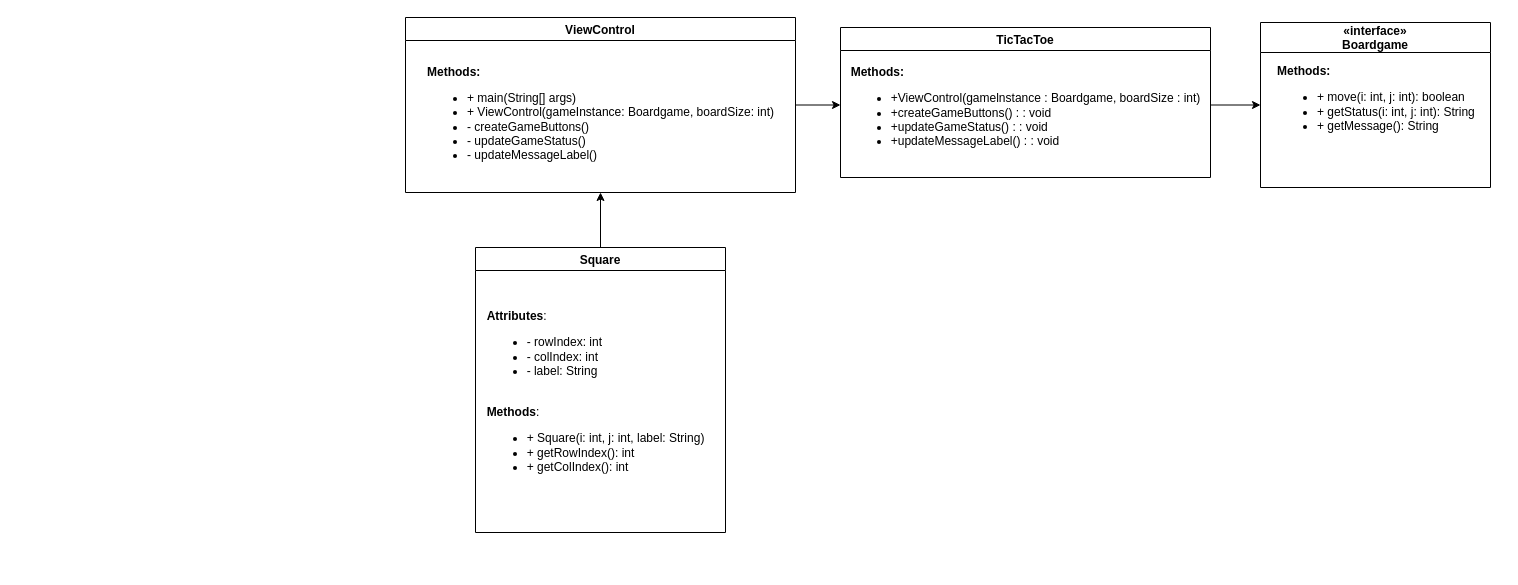
Above: Laboration2/src/TicTacToe/Diagram/TicTacToe Diagram.drawio in Fluntin/Software-Engineering (draw.io), before the change. Source tidied: cells renumbered, new cells numbered last; positions are measured from the earlier drawing's top-left corner, leaving out a move shared by most shapes. Both pictures are drawn from the tidied source at 100%, with x=0, y=0 at pixel (405, 17).
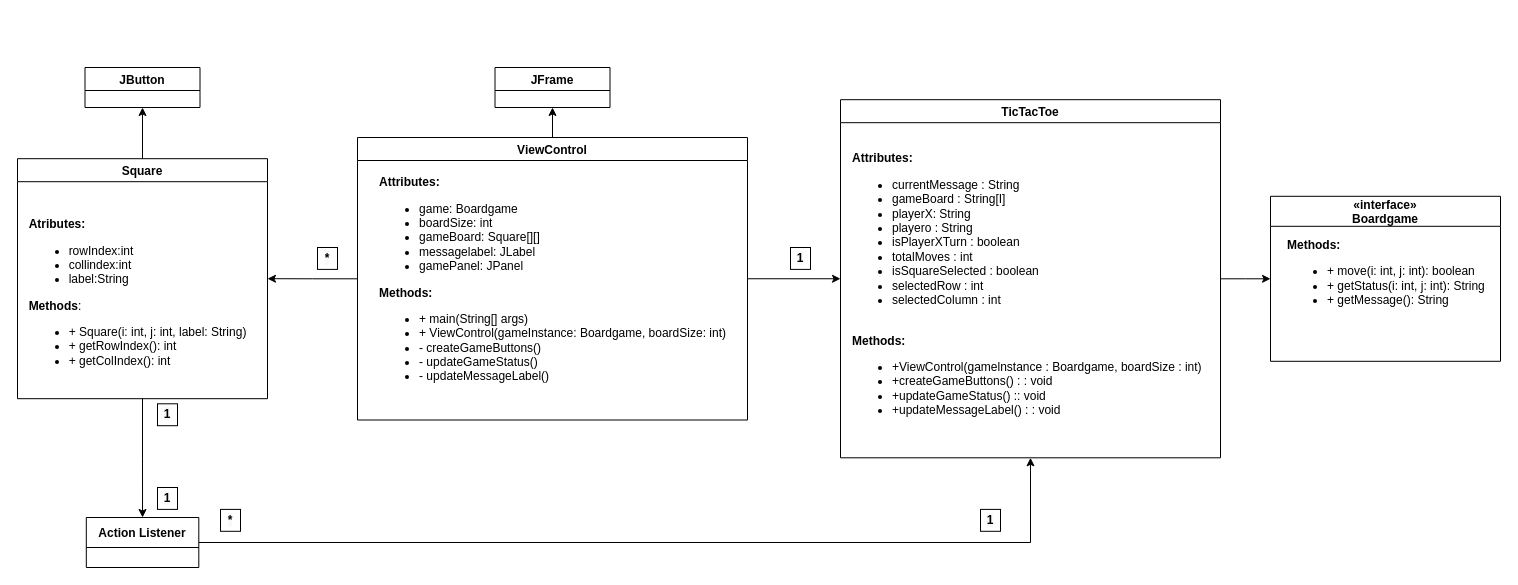
The same page after the edit.

What changed in the source:
```diff
@@
     <mxCell id="2" value="«interface»&#10;Boardgame" style="swimlane;startSize=30;" parent="1" vertex="1">
-      <mxGeometry x="855" y="5" width="230" height="165" as="geometry" />
+      <mxGeometry x="865" y="178.8" width="230" height="165" as="geometry" />
     </mxCell>
@@
+    <mxCell id="13" style="edgeStyle=orthogonalEdgeStyle;rounded=0;jettySize=auto;html=1;entryX=0;entryY=0.5;entryDx=0;entryDy=0;" parent="1" edge="1" source="4" target="2">
+      <mxGeometry relative="1" as="geometry" />
+    </mxCell>
     <mxCell id="4" value="TicTacToe" style="swimlane;" parent="1" vertex="1">
-      <mxGeometry x="435" y="10" width="370" height="150" as="geometry" />
+      <mxGeometry x="435" y="82.2" width="380" height="358.1" as="geometry" />
     </mxCell>
-    <mxCell id="5" value="&lt;div style=&quot;text-align: left;&quot;&gt;&lt;br&gt;&lt;/div&gt;&lt;div&gt;&lt;br&gt;&lt;/div&gt;&lt;div style=&quot;text-align: left;&quot;&gt;&lt;b&gt;Methods:&lt;/b&gt;&lt;/div&gt;&lt;div style=&quot;&quot;&gt;&lt;div style=&quot;background-color: initial;&quot;&gt;&lt;ul&gt;&lt;li style=&quot;text-align: left;&quot;&gt;&lt;div style=&quot;background-color: initial; display: inline !important;&quot;&gt;+ViewControl(gamelnstance : Boardgame, boardSize : int)&lt;/div&gt;&lt;/li&gt;&lt;li style=&quot;text-align: left;&quot;&gt;+createGameButtons() : : void&lt;/li&gt;&lt;li style=&quot;text-align: left;&quot;&gt;+updateGameStatus() : : void&lt;/li&gt;&lt;li style=&quot;text-align: left;&quot;&gt;+updateMessageLabel() : : void&lt;/li&gt;&lt;/ul&gt;&lt;/div&gt;&lt;/div&gt;&lt;div&gt;&lt;br&gt;&lt;/div&gt;" style="text;html=1;align=center;verticalAlign=middle;points=[];strokeColor=none;fillColor=none;" parent="4" vertex="1">
-      <mxGeometry y="2.5" width="370" height="150" as="geometry" />
-    </mxCell>
-    <mxCell id="6" style="edgeStyle=orthogonalEdgeStyle;rounded=0;jettySize=auto;html=1;" parent="1" edge="1" source="7" target="5">
-      <mxGeometry relative="1" as="geometry" />
-    </mxCell>
+    <mxCell id="14" value="&lt;div&gt;&lt;b&gt;Attributes:&lt;/b&gt;&lt;/div&gt;&lt;div&gt;&lt;ul&gt;&lt;li&gt;currentMessage : String&lt;/li&gt;&lt;li&gt;gameBoard : String[I]&lt;/li&gt;&lt;li&gt;playerX: String&lt;/li&gt;&lt;li&gt;playero : String&lt;/li&gt;&lt;li&gt;isPlayerXTurn : boolean&lt;/li&gt;&lt;li&gt;totalMoves : int&lt;/li&gt;&lt;li&gt;isSquareSelected : boolean&lt;/li&gt;&lt;li&gt;selectedRow : int&lt;/li&gt;&lt;li&gt;selectedColumn : int&lt;/li&gt;&lt;/ul&gt;&lt;/div&gt;&lt;div&gt;&lt;br&gt;&lt;/div&gt;&lt;div&gt;&lt;b&gt;Methods:&lt;/b&gt;&lt;/div&gt;&lt;div&gt;&lt;ul&gt;&lt;li&gt;+ViewControl(gamelnstance : Boardgame, boardSize : int)&lt;/li&gt;&lt;li&gt;+createGameButtons() : : void&lt;/li&gt;&lt;li&gt;+updateGameStatus() :: void&lt;/li&gt;&lt;li&gt;+updateMessageLabel() : : void&lt;/li&gt;&lt;/ul&gt;&lt;/div&gt;" style="text;html=1;align=left;verticalAlign=middle;strokeColor=none;fillColor=none;" parent="4" vertex="1">
+      <mxGeometry x="10" y="45.9" width="370" height="290" as="geometry" />
+    </mxCell>
+    <mxCell id="15" style="edgeStyle=orthogonalEdgeStyle;rounded=0;jettySize=auto;html=1;exitX=1;exitY=0.5;exitDx=0;exitDy=0;entryX=0;entryY=0.5;entryDx=0;entryDy=0;" parent="1" edge="1" source="7" target="4">
+      <mxGeometry relative="1" as="geometry" />
+    </mxCell>
+    <mxCell id="16" style="edgeStyle=orthogonalEdgeStyle;rounded=0;jettySize=auto;html=1;entryX=1;entryY=0.5;entryDx=0;entryDy=0;" parent="1" edge="1" source="7" target="10">
+      <mxGeometry relative="1" as="geometry" />
+    </mxCell>
+    <mxCell id="17" style="edgeStyle=orthogonalEdgeStyle;rounded=0;jettySize=auto;html=1;entryX=0.5;entryY=1;entryDx=0;entryDy=0;" parent="1" edge="1" source="7" target="31">
+      <mxGeometry relative="1" as="geometry" />
+    </mxCell>
     <mxCell id="7" value="ViewControl" style="swimlane;" parent="1" vertex="1">
-      <mxGeometry width="390" height="175" as="geometry" />
+      <mxGeometry x="-48" y="120" width="390" height="282.5" as="geometry" />
     </mxCell>
+    <mxCell id="18" value="&lt;div style=&quot;text-align: left;&quot;&gt;&lt;br&gt;&lt;/div&gt;" style="text;html=1;align=center;verticalAlign=middle;strokeColor=none;fillColor=none;" parent="7" vertex="1">
+      <mxGeometry x="90" y="75" width="20" height="30" as="geometry" />
+    </mxCell>
-    <mxCell id="8" value="&lt;div&gt;&lt;br&gt;&lt;/div&gt;&lt;div style=&quot;text-align: left;&quot;&gt;&lt;b&gt;Methods:&lt;/b&gt;&lt;/div&gt;&lt;div style=&quot;text-align: left;&quot;&gt;&lt;ul&gt;&lt;li&gt;+ main(String[] args)&lt;/li&gt;&lt;li&gt;+ ViewControl(gameInstance: Boardgame, boardSize: int)&lt;/li&gt;&lt;li&gt;- createGameButtons()&lt;/li&gt;&lt;li&gt;- updateGameStatus()&lt;/li&gt;&lt;li&gt;- updateMessageLabel()&lt;/li&gt;&lt;/ul&gt;&lt;/div&gt;" style="text;html=1;align=center;verticalAlign=middle;strokeColor=none;fillColor=none;" parent="7" vertex="1">
-      <mxGeometry x="10" y="25" width="370" height="140" as="geometry" />
+    <mxCell id="8" value="&lt;div&gt;&lt;div style=&quot;text-align: left;&quot;&gt;&lt;b&gt;Attributes:&lt;/b&gt;&lt;/div&gt;&lt;div&gt;&lt;ul&gt;&lt;li style=&quot;text-align: left;&quot;&gt;game: Boardgame&lt;/li&gt;&lt;li style=&quot;text-align: left;&quot;&gt;boardSize: int&lt;/li&gt;&lt;li style=&quot;text-align: left;&quot;&gt;gameBoard: Square[][]&lt;/li&gt;&lt;li style=&quot;text-align: left;&quot;&gt;messagelabel: JLabel&lt;/li&gt;&lt;li style=&quot;text-align: left;&quot;&gt;gamePanel: JPanel&lt;/li&gt;&lt;/ul&gt;&lt;/div&gt;&lt;/div&gt;&lt;div style=&quot;text-align: left;&quot;&gt;&lt;b&gt;Methods:&lt;/b&gt;&lt;/div&gt;&lt;div style=&quot;text-align: left;&quot;&gt;&lt;ul&gt;&lt;li&gt;+ main(String[] args)&lt;/li&gt;&lt;li&gt;+ ViewControl(gameInstance: Boardgame, boardSize: int)&lt;/li&gt;&lt;li&gt;- createGameButtons()&lt;/li&gt;&lt;li&gt;- updateGameStatus()&lt;/li&gt;&lt;li&gt;- updateMessageLabel()&lt;/li&gt;&lt;/ul&gt;&lt;/div&gt;" style="text;html=1;align=center;verticalAlign=middle;strokeColor=none;fillColor=none;" parent="7" vertex="1">
+      <mxGeometry x="10" y="32.5" width="370" height="230" as="geometry" />
     </mxCell>
-    <mxCell id="9" style="edgeStyle=orthogonalEdgeStyle;rounded=0;jettySize=auto;html=1;entryX=0.5;entryY=1;entryDx=0;entryDy=0;" parent="1" edge="1" source="10" target="7">
-      <mxGeometry relative="1" as="geometry" />
-    </mxCell>
+    <mxCell id="19" style="edgeStyle=orthogonalEdgeStyle;rounded=0;jettySize=auto;html=1;entryX=0.5;entryY=1;entryDx=0;entryDy=0;" parent="1" edge="1" source="10" target="23">
+      <mxGeometry relative="1" as="geometry" />
+    </mxCell>
+    <mxCell id="20" style="edgeStyle=orthogonalEdgeStyle;rounded=0;jettySize=auto;html=1;entryX=0.5;entryY=0;entryDx=0;entryDy=0;" parent="1" edge="1" source="10" target="22">
+      <mxGeometry relative="1" as="geometry" />
+    </mxCell>
     <mxCell id="10" value="Square" style="swimlane;" parent="1" vertex="1">
-      <mxGeometry x="70" y="230" width="250" height="285" as="geometry" />
+      <mxGeometry x="-388" y="141.2" width="250" height="240" as="geometry" />
     </mxCell>
-    <mxCell id="11" value="&lt;div&gt;&lt;br&gt;&lt;/div&gt;&lt;div&gt;&lt;br&gt;&lt;/div&gt;&lt;div style=&quot;text-align: left;&quot;&gt;&lt;b&gt;Attributes&lt;/b&gt;:&lt;/div&gt;&lt;div&gt;&lt;ul&gt;&lt;li style=&quot;text-align: left;&quot;&gt;- rowIndex: int&lt;/li&gt;&lt;li style=&quot;text-align: left;&quot;&gt;- colIndex: int&lt;/li&gt;&lt;li style=&quot;text-align: left;&quot;&gt;- label: String&lt;/li&gt;&lt;/ul&gt;&lt;/div&gt;&lt;div&gt;&lt;br&gt;&lt;/div&gt;&lt;div style=&quot;text-align: left;&quot;&gt;&lt;b&gt;Methods&lt;/b&gt;:&lt;/div&gt;&lt;div&gt;&lt;ul&gt;&lt;li style=&quot;text-align: left;&quot;&gt;+ Square(i: int, j: int, label: String)&lt;/li&gt;&lt;li style=&quot;text-align: left;&quot;&gt;+ getRowIndex(): int&lt;/li&gt;&lt;li style=&quot;text-align: left;&quot;&gt;+ getColIndex(): int&lt;/li&gt;&lt;/ul&gt;&lt;/div&gt;&lt;div&gt;&lt;br&gt;&lt;/div&gt;" style="text;html=1;align=center;verticalAlign=middle;strokeColor=none;fillColor=none;" parent="10" vertex="1">
-      <mxGeometry y="27.5" width="240" height="230" as="geometry" />
+    <mxCell id="11" value="&lt;div&gt;&lt;br&gt;&lt;/div&gt;&lt;div&gt;&lt;br&gt;&lt;/div&gt;&lt;div style=&quot;text-align: left;&quot;&gt;&lt;b&gt;Atributes:&lt;/b&gt;&lt;/div&gt;&lt;div style=&quot;text-align: left;&quot;&gt;&lt;ul&gt;&lt;li&gt;rowIndex:int&lt;/li&gt;&lt;li&gt;collindex:int&lt;/li&gt;&lt;li&gt;label:String&lt;/li&gt;&lt;/ul&gt;&lt;/div&gt;&lt;div style=&quot;text-align: left;&quot;&gt;&lt;b&gt;Methods&lt;/b&gt;:&lt;/div&gt;&lt;div&gt;&lt;ul&gt;&lt;li style=&quot;text-align: left;&quot;&gt;+ Square(i: int, j: int, label: String)&lt;/li&gt;&lt;li style=&quot;text-align: left;&quot;&gt;+ getRowIndex(): int&lt;/li&gt;&lt;li style=&quot;text-align: left;&quot;&gt;+ getColIndex(): int&lt;/li&gt;&lt;/ul&gt;&lt;/div&gt;&lt;div&gt;&lt;br&gt;&lt;/div&gt;" style="text;html=1;align=center;verticalAlign=middle;strokeColor=none;fillColor=none;" parent="10" vertex="1">
+      <mxGeometry y="22.5" width="240" height="220" as="geometry" />
     </mxCell>
-    <mxCell id="12" style="edgeStyle=orthogonalEdgeStyle;rounded=0;jettySize=auto;html=1;entryX=0;entryY=0.5;entryDx=0;entryDy=0;" parent="1" edge="1" source="5" target="2">
-      <mxGeometry relative="1" as="geometry" />
-    </mxCell>
+    <mxCell id="21" style="edgeStyle=orthogonalEdgeStyle;rounded=0;jettySize=auto;html=1;entryX=0.5;entryY=1;entryDx=0;entryDy=0;" parent="1" edge="1" source="22" target="4">
+      <mxGeometry relative="1" as="geometry" />
+    </mxCell>
+    <mxCell id="22" value="Action Listener" style="swimlane;fontStyle=1;horizontal=1;startSize=30;" parent="1" vertex="1">
+      <mxGeometry x="-319.2" y="500" width="112.5" height="50" as="geometry" />
+    </mxCell>
+    <mxCell id="23" value="JButton" style="swimlane;" parent="1" vertex="1">
+      <mxGeometry x="-320.5" y="50" width="115" height="40" as="geometry" />
+    </mxCell>
+    <mxCell id="24" value="&lt;div style=&quot;text-align: left;&quot;&gt;&lt;br&gt;&lt;/div&gt;" style="text;html=1;align=center;verticalAlign=middle;strokeColor=none;fillColor=none;" parent="23" vertex="1">
+      <mxGeometry x="90" y="75" width="20" height="30" as="geometry" />
+    </mxCell>
+    <mxCell id="25" value="&lt;b style=&quot;color: rgb(0, 0, 0); font-family: Helvetica; font-size: 12px; font-style: normal; font-variant-ligatures: normal; font-variant-caps: normal; letter-spacing: normal; orphans: 2; text-indent: 0px; text-transform: none; widows: 2; word-spacing: 0px; -webkit-text-stroke-width: 0px; background-color: rgb(248, 249, 250); text-decoration-thickness: initial; text-decoration-style: initial; text-decoration-color: initial;&quot;&gt;1&lt;/b&gt;" style="rounded=0;whiteSpace=wrap;html=1;align=center;" parent="1" vertex="1">
+      <mxGeometry x="-248" y="386.3" width="20" height="21.9" as="geometry" />
+    </mxCell>
+    <mxCell id="26" value="&lt;b style=&quot;color: rgb(0, 0, 0); font-family: Helvetica; font-size: 12px; font-style: normal; font-variant-ligatures: normal; font-variant-caps: normal; letter-spacing: normal; orphans: 2; text-indent: 0px; text-transform: none; widows: 2; word-spacing: 0px; -webkit-text-stroke-width: 0px; background-color: rgb(248, 249, 250); text-decoration-thickness: initial; text-decoration-style: initial; text-decoration-color: initial;&quot;&gt;1&lt;/b&gt;" style="rounded=0;whiteSpace=wrap;html=1;align=center;" parent="1" vertex="1">
+      <mxGeometry x="-248" y="470" width="20" height="21.9" as="geometry" />
+    </mxCell>
+    <mxCell id="27" value="&lt;b style=&quot;color: rgb(0, 0, 0); font-family: Helvetica; font-size: 12px; font-style: normal; font-variant-ligatures: normal; font-variant-caps: normal; letter-spacing: normal; orphans: 2; text-indent: 0px; text-transform: none; widows: 2; word-spacing: 0px; -webkit-text-stroke-width: 0px; background-color: rgb(248, 249, 250); text-decoration-thickness: initial; text-decoration-style: initial; text-decoration-color: initial;&quot;&gt;1&lt;/b&gt;" style="rounded=0;whiteSpace=wrap;html=1;align=center;" parent="1" vertex="1">
+      <mxGeometry x="385" y="230" width="20" height="21.9" as="geometry" />
+    </mxCell>
+    <mxCell id="28" value="&lt;span style=&quot;color: rgb(0, 0, 0); font-family: Helvetica; font-size: 12px; font-style: normal; font-variant-ligatures: normal; font-variant-caps: normal; letter-spacing: normal; orphans: 2; text-indent: 0px; text-transform: none; widows: 2; word-spacing: 0px; -webkit-text-stroke-width: 0px; background-color: rgb(248, 249, 250); text-decoration-thickness: initial; text-decoration-style: initial; text-decoration-color: initial;&quot;&gt;&lt;b&gt;*&lt;/b&gt;&lt;/span&gt;" style="rounded=0;whiteSpace=wrap;html=1;align=center;" parent="1" vertex="1">
+      <mxGeometry x="-88" y="230" width="20" height="21.9" as="geometry" />
+    </mxCell>
+    <mxCell id="29" value="&lt;span style=&quot;color: rgb(0, 0, 0); font-family: Helvetica; font-size: 12px; font-style: normal; font-variant-ligatures: normal; font-variant-caps: normal; letter-spacing: normal; orphans: 2; text-indent: 0px; text-transform: none; widows: 2; word-spacing: 0px; -webkit-text-stroke-width: 0px; background-color: rgb(248, 249, 250); text-decoration-thickness: initial; text-decoration-style: initial; text-decoration-color: initial;&quot;&gt;&lt;b&gt;*&lt;/b&gt;&lt;/span&gt;" style="rounded=0;whiteSpace=wrap;html=1;align=center;" parent="1" vertex="1">
+      <mxGeometry x="-185" y="491.9" width="20" height="21.9" as="geometry" />
+    </mxCell>
+    <mxCell id="30" value="&lt;b style=&quot;color: rgb(0, 0, 0); font-family: Helvetica; font-size: 12px; font-style: normal; font-variant-ligatures: normal; font-variant-caps: normal; letter-spacing: normal; orphans: 2; text-indent: 0px; text-transform: none; widows: 2; word-spacing: 0px; -webkit-text-stroke-width: 0px; background-color: rgb(248, 249, 250); text-decoration-thickness: initial; text-decoration-style: initial; text-decoration-color: initial;&quot;&gt;1&lt;/b&gt;" style="rounded=0;whiteSpace=wrap;html=1;align=center;" parent="1" vertex="1">
+      <mxGeometry x="575" y="491.9" width="20" height="21.9" as="geometry" />
+    </mxCell>
+    <mxCell id="31" value="JFrame" style="swimlane;" parent="1" vertex="1">
+      <mxGeometry x="89.5" y="50" width="115" height="40" as="geometry" />
+    </mxCell>
+    <mxCell id="32" value="&lt;div style=&quot;text-align: left;&quot;&gt;&lt;br&gt;&lt;/div&gt;" style="text;html=1;align=center;verticalAlign=middle;strokeColor=none;fillColor=none;" parent="31" vertex="1">
+      <mxGeometry x="90" y="75" width="20" height="30" as="geometry" />
+    </mxCell>
```
